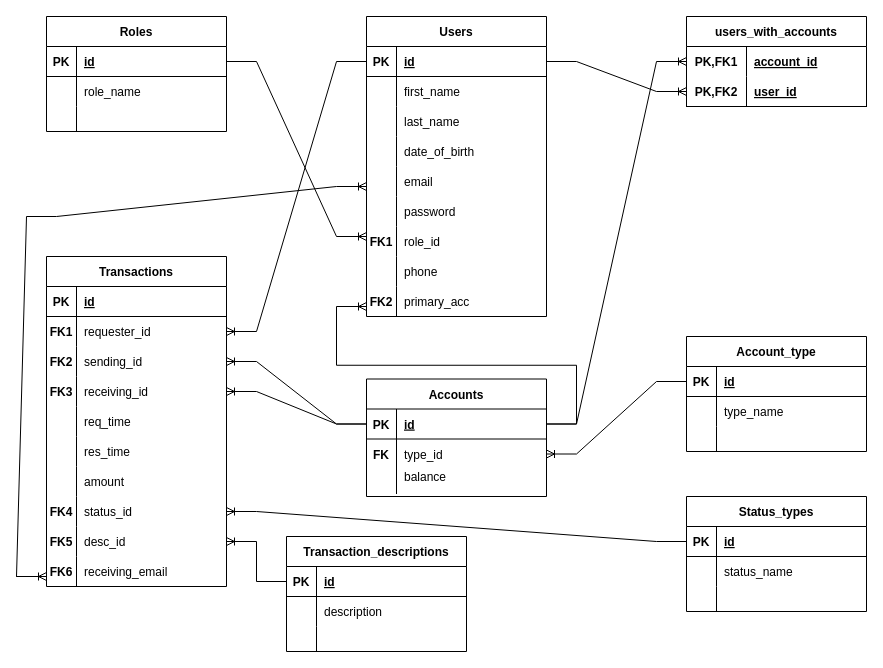
The draw.io diagram database/dbERD.drawio in lolmos486/documentation, before the edit. Source tidied: cells renumbered, new cells numbered last; positions are measured from the earlier drawing's top-left corner, leaving out a move shared by most shapes. Both pictures are drawn from the tidied source at 100%, with x=0, y=0 at pixel (16, 16).
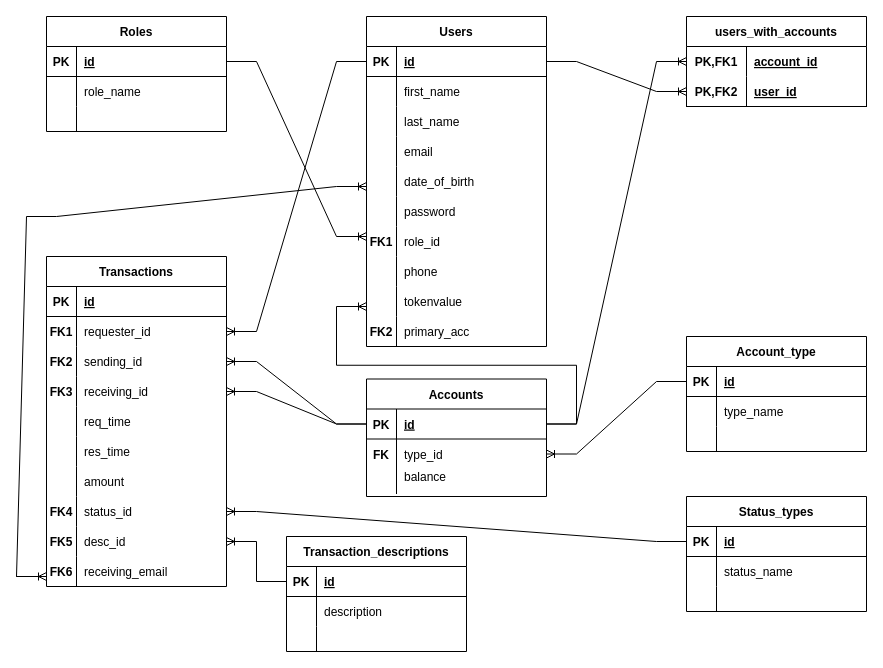
Above is the later version.

Commit message (it also covers changes not shown here):
update ERD and ERD jpeg export

The edit, as a diff of the source:
```diff
@@
     <mxCell id="2" value="Users" style="shape=table;startSize=30;childLayout=tableLayout;rowLines=0;fontStyle=1;align=center;" parent="1" vertex="1">
-      <mxGeometry x="350" width="180" height="300" as="geometry" />
+      <mxGeometry x="350" width="180" height="330" as="geometry" />
     </mxCell>
@@
+    <mxCell id="141" style="shape=tableRow;horizontal=0;startSize=0;swimlaneHead=0;swimlaneBody=0;fillColor=none;top=0;left=0;right=0;bottom=0;" parent="2" vertex="1">
+      <mxGeometry y="120" width="180" height="30" as="geometry" />
+    </mxCell>
+    <mxCell id="142" style="shape=partialRectangle;fillColor=none;top=0;left=0;bottom=0;right=0;overflow=hidden;" parent="141" vertex="1">
+      <mxGeometry width="30" height="30" as="geometry" />
+    </mxCell>
+    <mxCell id="143" style="shape=partialRectangle;fillColor=none;top=0;left=0;bottom=0;right=0;align=left;spacingLeft=6;overflow=hidden;" parent="141" vertex="1">
+      <mxGeometry x="30" width="150" height="30" as="geometry" />
+    </mxCell>
     <mxCell id="12" style="shape=tableRow;horizontal=0;startSize=0;swimlaneHead=0;swimlaneBody=0;fillColor=none;top=0;left=0;right=0;bottom=0;" parent="2" vertex="1">
-      <mxGeometry y="120" width="180" height="30" as="geometry" />
+      <mxGeometry y="150" width="180" height="30" as="geometry" />
     </mxCell>
@@
     <mxCell id="15" style="shape=tableRow;horizontal=0;startSize=0;swimlaneHead=0;swimlaneBody=0;fillColor=none;top=0;left=0;right=0;bottom=0;" parent="2" vertex="1">
-      <mxGeometry y="150" width="180" height="30" as="geometry" />
+      <mxGeometry y="180" width="180" height="30" as="geometry" />
     </mxCell>
@@
     <mxCell id="18" style="shape=tableRow;horizontal=0;startSize=0;swimlaneHead=0;swimlaneBody=0;fillColor=none;top=0;left=0;right=0;bottom=0;" parent="2" vertex="1">
-      <mxGeometry y="180" width="180" height="30" as="geometry" />
+      <mxGeometry y="210" width="180" height="30" as="geometry" />
     </mxCell>
@@
     <mxCell id="21" style="shape=tableRow;horizontal=0;startSize=0;swimlaneHead=0;swimlaneBody=0;fillColor=none;top=0;left=0;right=0;bottom=0;" parent="2" vertex="1">
-      <mxGeometry y="210" width="180" height="30" as="geometry" />
+      <mxGeometry y="240" width="180" height="30" as="geometry" />
     </mxCell>
@@
     <mxCell id="24" style="shape=tableRow;horizontal=0;startSize=0;swimlaneHead=0;swimlaneBody=0;fillColor=none;top=0;left=0;right=0;bottom=0;" parent="2" vertex="1">
-      <mxGeometry y="240" width="180" height="30" as="geometry" />
+      <mxGeometry y="270" width="180" height="30" as="geometry" />
     </mxCell>
@@
     <mxCell id="27" style="shape=tableRow;horizontal=0;startSize=0;swimlaneHead=0;swimlaneBody=0;fillColor=none;top=0;left=0;right=0;bottom=0;" parent="2" vertex="1">
-      <mxGeometry y="270" width="180" height="30" as="geometry" />
+      <mxGeometry y="300" width="180" height="30" as="geometry" />
     </mxCell>
@@
     <mxCell id="45" value="email" style="shape=partialRectangle;fillColor=none;top=0;left=0;bottom=0;right=0;align=left;spacingLeft=6;overflow=hidden;" parent="1" vertex="1">
-      <mxGeometry x="380" y="150" width="150" height="30" as="geometry" />
+      <mxGeometry x="380" y="120" width="150" height="30" as="geometry" />
     </mxCell>
@@
-    <mxCell id="139" value="primary_acc" style="shape=partialRectangle;fillColor=none;top=0;left=0;bottom=0;right=0;align=left;spacingLeft=6;overflow=hidden;" parent="1" vertex="1">
+    <mxCell id="139" value="tokenvalue" style="shape=partialRectangle;fillColor=none;top=0;left=0;bottom=0;right=0;align=left;spacingLeft=6;overflow=hidden;" parent="1" vertex="1">
       <mxGeometry x="380" y="270" width="150" height="30" as="geometry" />
     </mxCell>
@@
+    <mxCell id="144" value="primary_acc" style="shape=partialRectangle;fillColor=none;top=0;left=0;bottom=0;right=0;align=left;spacingLeft=6;overflow=hidden;" parent="1" vertex="1">
+      <mxGeometry x="380" y="300" width="150" height="30" as="geometry" />
+    </mxCell>
```
